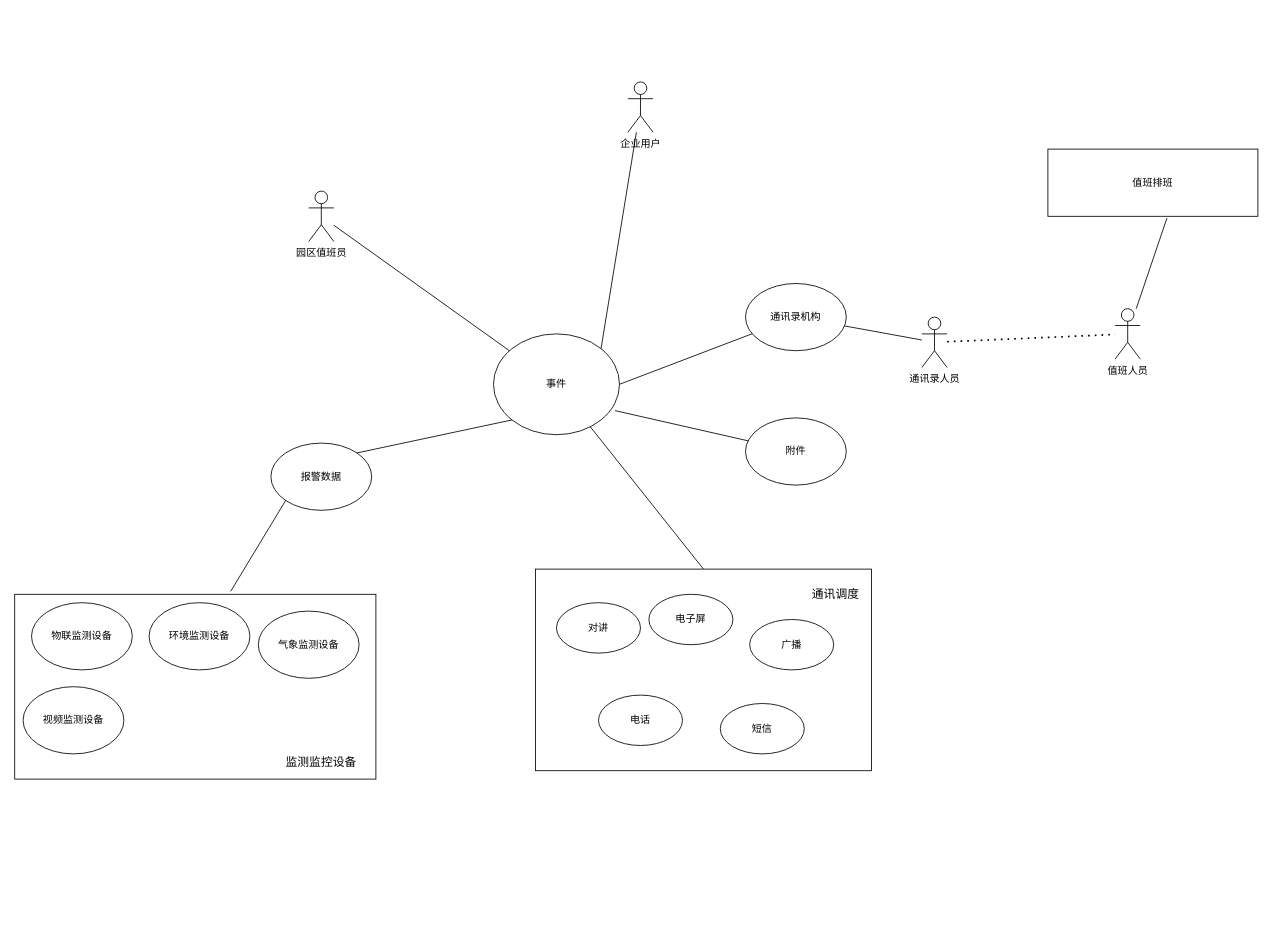
This is page "信息接报数据关联分析" (1 of 3) of 数据关联分析.drawio from hejinxu/docverter, a draw.io file, before an edit. Source tidied: cells renumbered, new cells numbered last; positions are measured from the earlier drawing's top-left corner, leaving out a move shared by most shapes. Both pictures are drawn from the tidied source at 84%, with x=0, y=0 at pixel (14, 81).
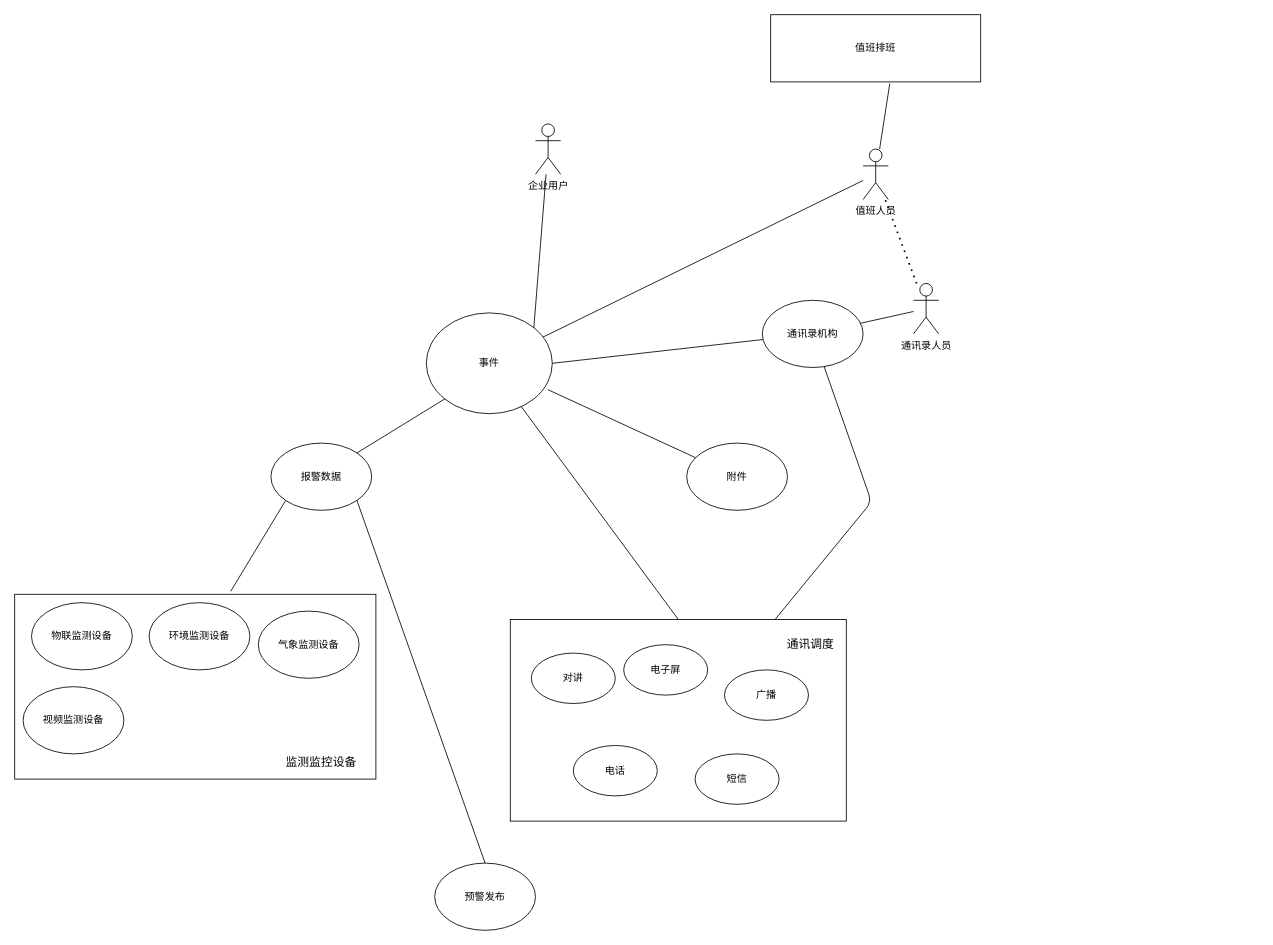
The same page after the edit.

Commit message (it also covers changes not shown here):
Update 数据关联分析.drawio

The change refers to these unchanged cells:
```xml
<mxCell id="17" style="rounded=0;whiteSpace=wrap;html=1;" parent="16" vertex="1">
  <mxGeometry width="400" height="240" as="geometry" />
</mxCell>
<mxCell id="31" value="报警数据" style="ellipse;whiteSpace=wrap;html=1;" parent="1" vertex="1">
  <mxGeometry x="305" y="430" width="120" height="80" as="geometry" />
</mxCell>
```

What changed in the source:
```diff
@@
     <mxCell id="2" value="事件" style="ellipse;whiteSpace=wrap;html=1;" parent="1" vertex="1">
-      <mxGeometry x="570" y="300" width="150" height="120" as="geometry" />
+      <mxGeometry x="490" y="275" width="150" height="120" as="geometry" />
     </mxCell>
     <mxCell id="3" value="通讯录机构" style="ellipse;whiteSpace=wrap;html=1;" parent="1" vertex="1">
-      <mxGeometry x="870" y="240" width="120" height="80" as="geometry" />
+      <mxGeometry x="890" y="260" width="120" height="80" as="geometry" />
     </mxCell>
@@
     <mxCell id="5" value="值班排班" style="rounded=0;whiteSpace=wrap;html=1;" parent="1" vertex="1">
-      <mxGeometry x="1230" y="80" width="250" height="80" as="geometry" />
+      <mxGeometry x="900" y="-80" width="250" height="80" as="geometry" />
     </mxCell>
@@
-    <mxCell id="7" value="园区值班员" style="shape=umlActor;verticalLabelPosition=bottom;verticalAlign=top;html=1;outlineConnect=0;" parent="1" vertex="1">
-      <mxGeometry x="350" y="130" width="30" height="60" as="geometry" />
-    </mxCell>
     <mxCell id="8" value="值班人员" style="shape=umlActor;verticalLabelPosition=bottom;verticalAlign=top;html=1;outlineConnect=0;" parent="1" vertex="1">
-      <mxGeometry x="1310" y="270" width="30" height="60" as="geometry" />
+      <mxGeometry x="1010" y="80" width="30" height="60" as="geometry" />
     </mxCell>
@@
     <mxCell id="10" value="通讯录人员" style="shape=umlActor;verticalLabelPosition=bottom;verticalAlign=top;html=1;outlineConnect=0;" parent="1" vertex="1">
-      <mxGeometry x="1080" y="280" width="30" height="60" as="geometry" />
+      <mxGeometry x="1070" y="240" width="30" height="60" as="geometry" />
     </mxCell>
     <mxCell id="11" value="企业用户" style="shape=umlActor;verticalLabelPosition=bottom;verticalAlign=top;html=1;outlineConnect=0;" parent="1" vertex="1">
-      <mxGeometry x="730" width="30" height="60" as="geometry" />
+      <mxGeometry x="620" y="50" width="30" height="60" as="geometry" />
     </mxCell>
-    <mxCell id="12" style="endArrow=none;html=1;" parent="1" edge="1" source="2" target="7">
+    <mxCell id="12" style="endArrow=none;html=1;" parent="1" edge="1" source="2" target="8">
       <mxGeometry relative="1" as="geometry" />
     </mxCell>
@@
     <mxCell id="16" style="group;" parent="1" vertex="1">
-      <mxGeometry x="620" y="580" width="400" height="240" as="geometry" />
+      <mxGeometry x="590" y="640" width="400" height="240" as="geometry" />
     </mxCell>
@@
     <mxCell id="34" value="附件" style="ellipse;whiteSpace=wrap;html=1;" parent="1" vertex="1">
-      <mxGeometry x="870" y="400" width="120" height="80" as="geometry" />
+      <mxGeometry x="800" y="430" width="120" height="80" as="geometry" />
     </mxCell>
@@
+    <mxCell id="36" style="endArrow=none;html=1;fontSize=14;exitX=0.788;exitY=0;exitDx=0;exitDy=0;exitPerimeter=0;" parent="1" edge="1" source="17" target="3">
+      <mxGeometry relative="1" as="geometry">
+        <Array as="points">
+          <mxPoint x="1020" y="500" />
+        </Array>
+      </mxGeometry>
+    </mxCell>
+    <mxCell id="37" value="预警发布" style="ellipse;whiteSpace=wrap;html=1;" parent="1" vertex="1">
+      <mxGeometry x="500" y="930" width="120" height="80" as="geometry" />
+    </mxCell>
+    <mxCell id="38" style="endArrow=none;html=1;fontSize=14;exitX=0.5;exitY=0;exitDx=0;exitDy=0;entryX=1;entryY=1;entryDx=0;entryDy=0;" parent="1" edge="1" source="37" target="31">
+      <mxGeometry relative="1" as="geometry" />
+    </mxCell>
```
